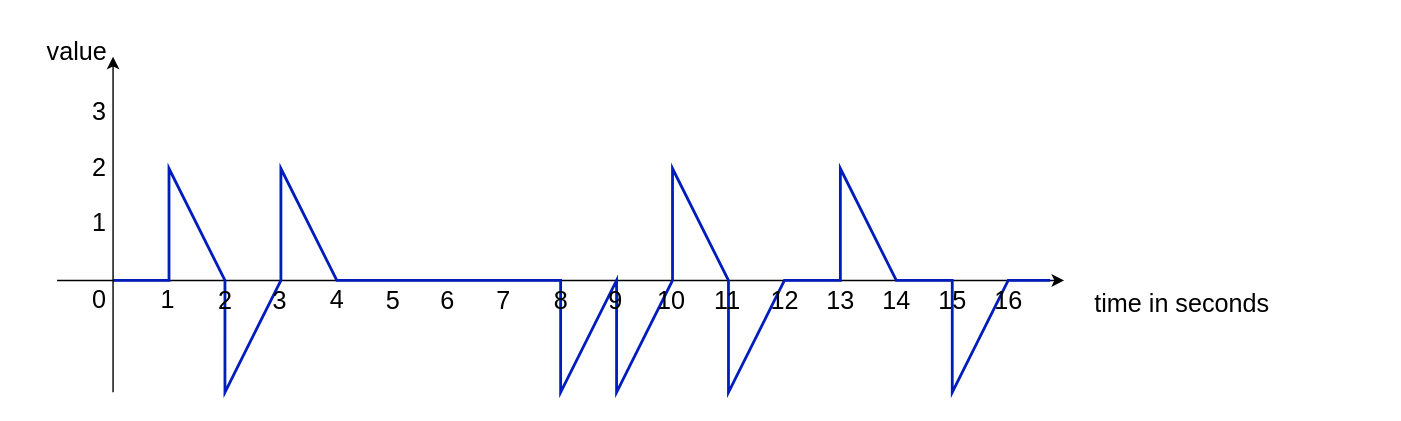
Before: Documentation/Design/Control_DIFFERENTIAL.svg, a diagram exported from draw.io (JirkaDellOro/FUDGE). Source tidied: cells renumbered, new cells last; positions are measured from the earlier drawing's top-left corner, leaving out a move shared by most shapes.
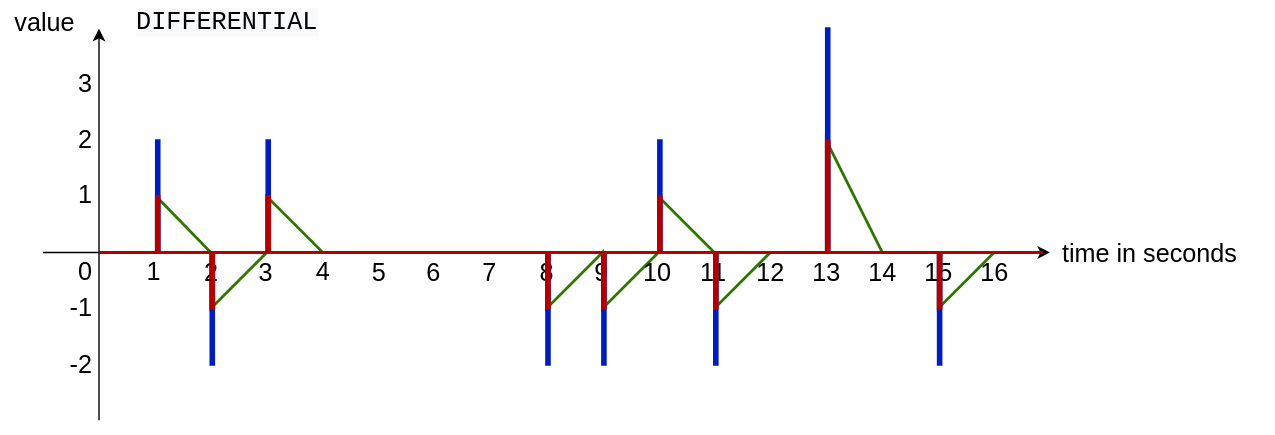
After the change.

Commit message:
control diagrams

Diff of the diagram source:
```diff
@@ -2,69 +2,75 @@
   <root>
     <mxCell id="0" />
     <mxCell id="1" parent="0" />
-    <mxCell id="2" style="rounded=0;whiteSpace=wrap;html=1;strokeColor=none;" parent="1" vertex="1">
-      <mxGeometry width="1000" height="300" as="geometry" />
-    </mxCell>
-    <mxCell id="3" style="endArrow=classic;html=1;rounded=1;jumpStyle=none;" parent="1" edge="1">
-      <mxGeometry relative="1" as="geometry">
-        <mxPoint x="40" y="200" as="sourcePoint" />
-        <mxPoint x="760" y="200" as="targetPoint" />
-      </mxGeometry>
-    </mxCell>
-    <mxCell id="4" style="endArrow=none;html=1;fontSize=18;fontColor=#FF0000;rounded=0;fillColor=#0050ef;strokeColor=#001DBC;strokeWidth=2;" parent="1" edge="1">
-      <mxGeometry relative="1" as="geometry">
-        <mxPoint x="80" y="200" as="sourcePoint" />
-        <mxPoint x="750" y="200" as="targetPoint" />
-        <Array as="points">
-          <mxPoint x="120" y="200" />
-          <mxPoint x="120" y="120" />
-          <mxPoint x="160" y="200" />
-          <mxPoint x="160" y="280" />
-          <mxPoint x="200" y="200" />
-          <mxPoint x="200" y="120" />
-          <mxPoint x="240" y="200" />
-          <mxPoint x="400" y="200" />
-          <mxPoint x="400" y="280" />
-          <mxPoint x="440" y="200" />
-          <mxPoint x="440" y="280" />
-          <mxPoint x="480" y="200" />
-          <mxPoint x="480" y="120" />
-          <mxPoint x="520" y="200" />
-          <mxPoint x="520" y="280" />
-          <mxPoint x="560" y="200" />
-          <mxPoint x="600" y="200" />
-          <mxPoint x="600" y="120" />
-          <mxPoint x="640" y="200" />
-          <mxPoint x="680" y="200" />
-          <mxPoint x="680" y="280" />
-          <mxPoint x="720" y="200" />
-        </Array>
-      </mxGeometry>
-    </mxCell>
-    <mxCell id="5" style="endArrow=classic;html=1;rounded=1;" parent="1" edge="1">
-      <mxGeometry relative="1" as="geometry">
-        <mxPoint x="80" y="280" as="sourcePoint" />
-        <mxPoint x="80" y="40" as="targetPoint" />
-      </mxGeometry>
-    </mxCell>
-    <mxCell id="6" value="2" style="text;html=1;align=center;verticalAlign=middle;fontSize=18;" parent="1" vertex="1">
-      <mxGeometry x="55" y="105" width="30" height="30" as="geometry" />
-    </mxCell>
+    <mxCell id="28" style="rounded=0;whiteSpace=wrap;html=1;strokeColor=none;" parent="1" vertex="1">
+      <mxGeometry x="10" y="20" width="910" height="310" as="geometry" />
+    </mxCell>
+    <mxCell id="29" style="endArrow=none;html=1;fontSize=18;fontColor=#FF0000;fillColor=#60a917;rounded=0;endSize=6;shadow=0;strokeWidth=2;strokeColor=#2D7600;" parent="1" edge="1">
+      <mxGeometry relative="1" as="geometry">
+        <mxPoint x="80" y="200" as="sourcePoint" />
+        <mxPoint x="755" y="200" as="targetPoint" />
+        <Array as="points">
+          <mxPoint x="81" y="200" />
+          <mxPoint x="121" y="200" />
+          <mxPoint x="121" y="160" />
+          <mxPoint x="160" y="200" />
+          <mxPoint x="160" y="240" />
+          <mxPoint x="200" y="200" />
+          <mxPoint x="200" y="160" />
+          <mxPoint x="240" y="200" />
+          <mxPoint x="400" y="200" />
+          <mxPoint x="400" y="240" />
+          <mxPoint x="440" y="200" />
+          <mxPoint x="440" y="240" />
+          <mxPoint x="480" y="200" />
+          <mxPoint x="480" y="160" />
+          <mxPoint x="520" y="200" />
+          <mxPoint x="520" y="240" />
+          <mxPoint x="560" y="200" />
+          <mxPoint x="600" y="200" />
+          <mxPoint x="600" y="120" />
+          <mxPoint x="640" y="200" />
+          <mxPoint x="680" y="200" />
+          <mxPoint x="680" y="240" />
+          <mxPoint x="720" y="200" />
+        </Array>
+      </mxGeometry>
+    </mxCell>
+    <mxCell id="30" style="endArrow=classic;html=1;rounded=1;" parent="1" edge="1">
+      <mxGeometry relative="1" as="geometry">
+        <mxPoint x="80" y="320" as="sourcePoint" />
+        <mxPoint x="80" y="40" as="targetPoint" />
+      </mxGeometry>
+    </mxCell>
+    <mxCell id="31" style="endArrow=classic;html=1;rounded=1;jumpStyle=none;" parent="1" edge="1">
+      <mxGeometry relative="1" as="geometry">
+        <mxPoint x="40" y="200" as="sourcePoint" />
+        <mxPoint x="760" y="200" as="targetPoint" />
+      </mxGeometry>
+    </mxCell>
+    <mxCell id="16" value="time in seconds" style="edgeLabel;html=1;align=center;verticalAlign=middle;fontSize=18;" parent="31" vertex="1">
+      <mxGeometry x="0.84" y="1" relative="1" as="geometry">
+        <mxPoint x="126.5" y="1" as="offset" />
+      </mxGeometry>
+    </mxCell>
+    <mxCell id="32" value="2" style="text;html=1;align=center;verticalAlign=middle;fontSize=18;" parent="1" vertex="1">
+      <mxGeometry x="55" y="105" width="30" height="30" as="geometry" />
+    </mxCell>
     <mxCell id="7" value="0" style="text;html=1;align=center;verticalAlign=middle;fontSize=18;" parent="1" vertex="1">
       <mxGeometry x="55" y="199" width="30" height="30" as="geometry" />
     </mxCell>
     <mxCell id="8" value="3" style="text;html=1;align=center;verticalAlign=middle;fontSize=18;rotation=0;" parent="1" vertex="1">
       <mxGeometry x="55" y="65" width="30" height="30" as="geometry" />
     </mxCell>
-    <mxCell id="9" value="1" style="text;html=1;align=center;verticalAlign=middle;fontSize=18;" parent="1" vertex="1">
-      <mxGeometry x="55" y="144" width="30" height="30" as="geometry" />
-    </mxCell>
-    <mxCell id="10" value="1" style="text;html=1;align=center;verticalAlign=middle;fontSize=18;" parent="1" vertex="1">
-      <mxGeometry x="104" y="199" width="30" height="30" as="geometry" />
-    </mxCell>
-    <mxCell id="11" value="2" style="text;html=1;align=center;verticalAlign=middle;fontSize=18;" parent="1" vertex="1">
-      <mxGeometry x="145" y="200" width="30" height="30" as="geometry" />
-    </mxCell>
+    <mxCell id="33" value="1" style="text;html=1;align=center;verticalAlign=middle;fontSize=18;" parent="1" vertex="1">
+      <mxGeometry x="55" y="144" width="30" height="30" as="geometry" />
+    </mxCell>
+    <mxCell id="34" value="1" style="text;html=1;align=center;verticalAlign=middle;fontSize=18;" parent="1" vertex="1">
+      <mxGeometry x="104" y="199" width="30" height="30" as="geometry" />
+    </mxCell>
+    <mxCell id="35" value="2" style="text;html=1;align=center;verticalAlign=middle;fontSize=18;" parent="1" vertex="1">
+      <mxGeometry x="145" y="200" width="30" height="30" as="geometry" />
+    </mxCell>
     <mxCell id="12" value="3" style="text;html=1;align=center;verticalAlign=middle;fontSize=18;" parent="1" vertex="1">
       <mxGeometry x="184" y="200" width="30" height="30" as="geometry" />
     </mxCell>
@@ -75,13 +81,8 @@
       <mxGeometry x="265" y="200" width="30" height="30" as="geometry" />
     </mxCell>
     <mxCell id="15" value="value" style="edgeLabel;html=1;align=center;verticalAlign=middle;fontSize=18;" parent="1" vertex="1">
-      <mxGeometry x="50" y="30" as="geometry">
-        <mxPoint x="3" y="6" as="offset" />
-      </mxGeometry>
+      <mxGeometry x="40" y="35" as="geometry" />
     </mxCell>
-    <mxCell id="16" value="&lt;span style=&quot;color: rgb(0 , 0 , 0) ; font-family: &amp;#34;helvetica&amp;#34; ; font-size: 18px ; font-style: normal ; font-weight: 400 ; letter-spacing: normal ; text-align: center ; text-indent: 0px ; text-transform: none ; word-spacing: 0px ; background-color: rgb(255 , 255 , 255) ; display: inline ; float: none&quot;&gt;time in seconds&lt;/span&gt;" style="text;whiteSpace=wrap;html=1;fontSize=18;fontColor=#FF0000;" parent="1" vertex="1">
-      <mxGeometry x="780" y="200" width="150" height="40" as="geometry" />
-    </mxCell>
     <mxCell id="17" value="6" style="text;html=1;align=center;verticalAlign=middle;fontSize=18;" parent="1" vertex="1">
       <mxGeometry x="304" y="200" width="30" height="30" as="geometry" />
     </mxCell>
@@ -97,6 +98,9 @@
     <mxCell id="21" value="10" style="text;html=1;align=center;verticalAlign=middle;fontSize=18;" parent="1" vertex="1">
       <mxGeometry x="459" y="200" width="40" height="30" as="geometry" />
     </mxCell>
+    <mxCell id="36" value="&lt;div style=&quot;font-family: &amp;quot;consolas&amp;quot; , &amp;quot;courier new&amp;quot; , monospace ; font-weight: normal ; font-size: 18px ; line-height: 19px&quot;&gt;&lt;div style=&quot;font-size: 18px&quot;&gt;&lt;span style=&quot;text-align: center; background-color: rgb(248, 249, 250);&quot;&gt;DIFFERENTIAL&lt;/span&gt;&lt;br&gt;&lt;/div&gt;&lt;/div&gt;" style="text;whiteSpace=wrap;html=1;labelBackgroundColor=#ffffff;fontSize=18;" parent="1" vertex="1">
+      <mxGeometry x="105" y="20" width="120" height="30" as="geometry" />
+    </mxCell>
     <mxCell id="22" value="11" style="text;html=1;align=center;verticalAlign=middle;fontSize=18;" parent="1" vertex="1">
       <mxGeometry x="504" y="200" width="30" height="30" as="geometry" />
     </mxCell>
@@ -115,5 +119,101 @@
     <mxCell id="27" value="16" style="text;html=1;align=center;verticalAlign=middle;fontSize=18;" parent="1" vertex="1">
       <mxGeometry x="700" y="200" width="40" height="30" as="geometry" />
     </mxCell>
+    <mxCell id="37" value="-1" style="text;html=1;align=center;verticalAlign=middle;fontSize=18;" parent="1" vertex="1">
+      <mxGeometry x="52" y="225" width="30" height="30" as="geometry" />
+    </mxCell>
+    <mxCell id="38" value="-2" style="text;html=1;align=center;verticalAlign=middle;fontSize=18;" parent="1" vertex="1">
+      <mxGeometry x="52" y="266" width="30" height="30" as="geometry" />
+    </mxCell>
+    <mxCell id="39" style="endArrow=none;html=1;fontSize=18;fontColor=#FF0000;fillColor=#0050ef;rounded=0;endSize=6;shadow=0;strokeWidth=2;strokeColor=#001DBC;" parent="1" edge="1">
+      <mxGeometry relative="1" as="geometry">
+        <mxPoint x="80" y="200" as="sourcePoint" />
+        <mxPoint x="755" y="200" as="targetPoint" />
+        <Array as="points">
+          <mxPoint x="81" y="200" />
+          <mxPoint x="121" y="200" />
+          <mxPoint x="121" y="120" />
+          <mxPoint x="123" y="120" />
+          <mxPoint x="123" y="200" />
+          <mxPoint x="160" y="200" />
+          <mxPoint x="160" y="280" />
+          <mxPoint x="162" y="280" />
+          <mxPoint x="162" y="200" />
+          <mxPoint x="200" y="200" />
+          <mxPoint x="200" y="120" />
+          <mxPoint x="202" y="120" />
+          <mxPoint x="202" y="200" />
+          <mxPoint x="400" y="200" />
+          <mxPoint x="400" y="280" />
+          <mxPoint x="402" y="280" />
+          <mxPoint x="402" y="200" />
+          <mxPoint x="440" y="200" />
+          <mxPoint x="440" y="280" />
+          <mxPoint x="442" y="280" />
+          <mxPoint x="442" y="200" />
+          <mxPoint x="480" y="200" />
+          <mxPoint x="480" y="120" />
+          <mxPoint x="482" y="120" />
+          <mxPoint x="482" y="200" />
+          <mxPoint x="520" y="200" />
+          <mxPoint x="520" y="280" />
+          <mxPoint x="522" y="280" />
+          <mxPoint x="522" y="200" />
+          <mxPoint x="600" y="200" />
+          <mxPoint x="600" y="40" />
+          <mxPoint x="602" y="40" />
+          <mxPoint x="602" y="200" />
+          <mxPoint x="680" y="200" />
+          <mxPoint x="680" y="280" />
+          <mxPoint x="682" y="280" />
+          <mxPoint x="682" y="200" />
+        </Array>
+      </mxGeometry>
+    </mxCell>
+    <mxCell id="40" style="endArrow=none;html=1;fontSize=18;fontColor=#FF0000;fillColor=#e51400;rounded=0;endSize=6;shadow=0;strokeWidth=2;strokeColor=#B20000;" parent="1" edge="1">
+      <mxGeometry relative="1" as="geometry">
+        <mxPoint x="80" y="200" as="sourcePoint" />
+        <mxPoint x="755" y="200" as="targetPoint" />
+        <Array as="points">
+          <mxPoint x="81" y="200" />
+          <mxPoint x="121" y="200" />
+          <mxPoint x="121" y="160" />
+          <mxPoint x="123" y="160" />
+          <mxPoint x="123" y="200" />
+          <mxPoint x="160" y="200" />
+          <mxPoint x="160" y="240" />
+          <mxPoint x="162" y="240" />
+          <mxPoint x="162" y="200" />
+          <mxPoint x="200" y="200" />
+          <mxPoint x="200" y="160" />
+          <mxPoint x="202" y="160" />
+          <mxPoint x="202" y="200" />
+          <mxPoint x="400" y="200" />
+          <mxPoint x="400" y="240" />
+          <mxPoint x="402" y="240" />
+          <mxPoint x="402" y="200" />
+          <mxPoint x="440" y="200" />
+          <mxPoint x="440" y="240" />
+          <mxPoint x="442" y="240" />
+          <mxPoint x="442" y="200" />
+          <mxPoint x="480" y="200" />
+          <mxPoint x="480" y="160" />
+          <mxPoint x="482" y="160" />
+          <mxPoint x="482" y="200" />
+          <mxPoint x="520" y="200" />
+          <mxPoint x="520" y="240" />
+          <mxPoint x="522" y="240" />
+          <mxPoint x="522" y="200" />
+          <mxPoint x="600" y="200" />
+          <mxPoint x="600" y="120" />
+          <mxPoint x="602" y="120" />
+          <mxPoint x="602" y="200" />
+          <mxPoint x="680" y="200" />
+          <mxPoint x="680" y="240" />
+          <mxPoint x="682" y="240" />
+          <mxPoint x="682" y="200" />
+        </Array>
+      </mxGeometry>
+    </mxCell>
   </root>
 </mxGraphModel>
```
